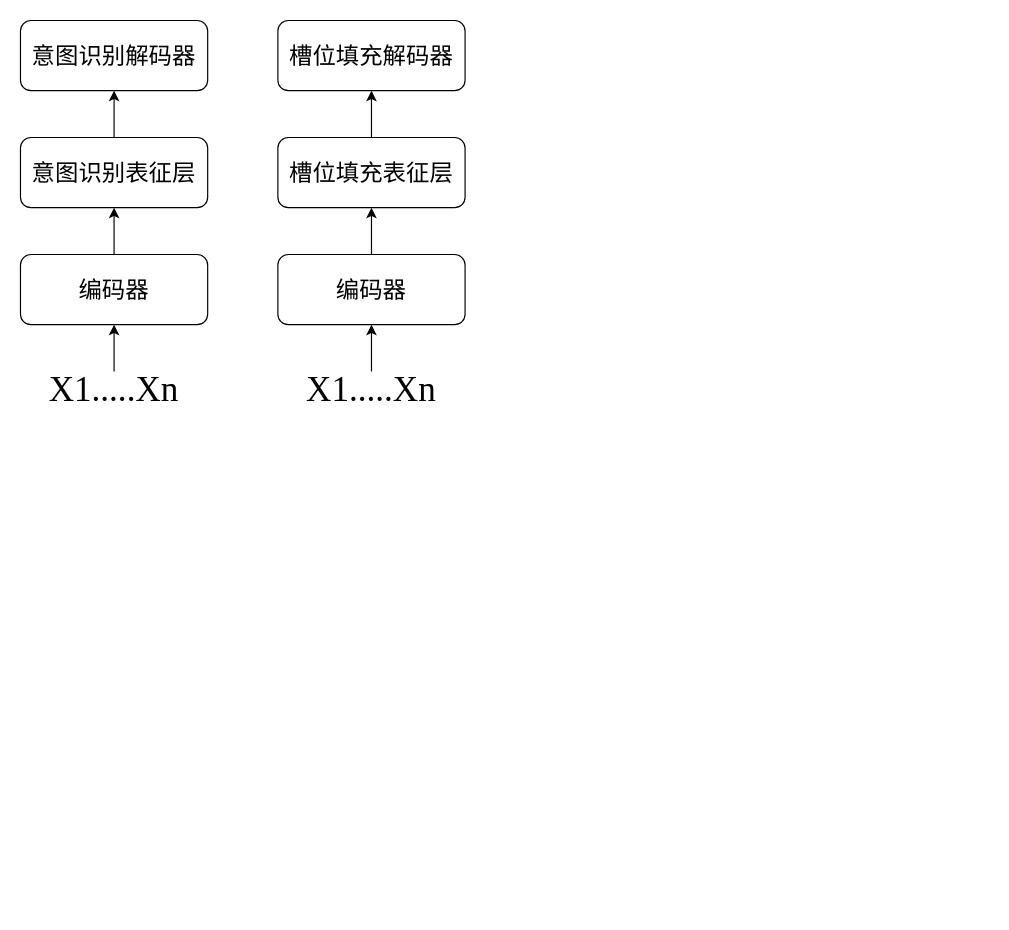
Earlier version of the draw.io diagram master_thesis/NLU_model_types.drawio (lengyueit/paper_pic). Source tidied: cells renumbered, new cells numbered last; positions are measured from the earlier drawing's top-left corner, leaving out a move shared by most shapes. Both pictures are drawn from the tidied source at 117%, with x=0, y=0 at pixel (20, 20).
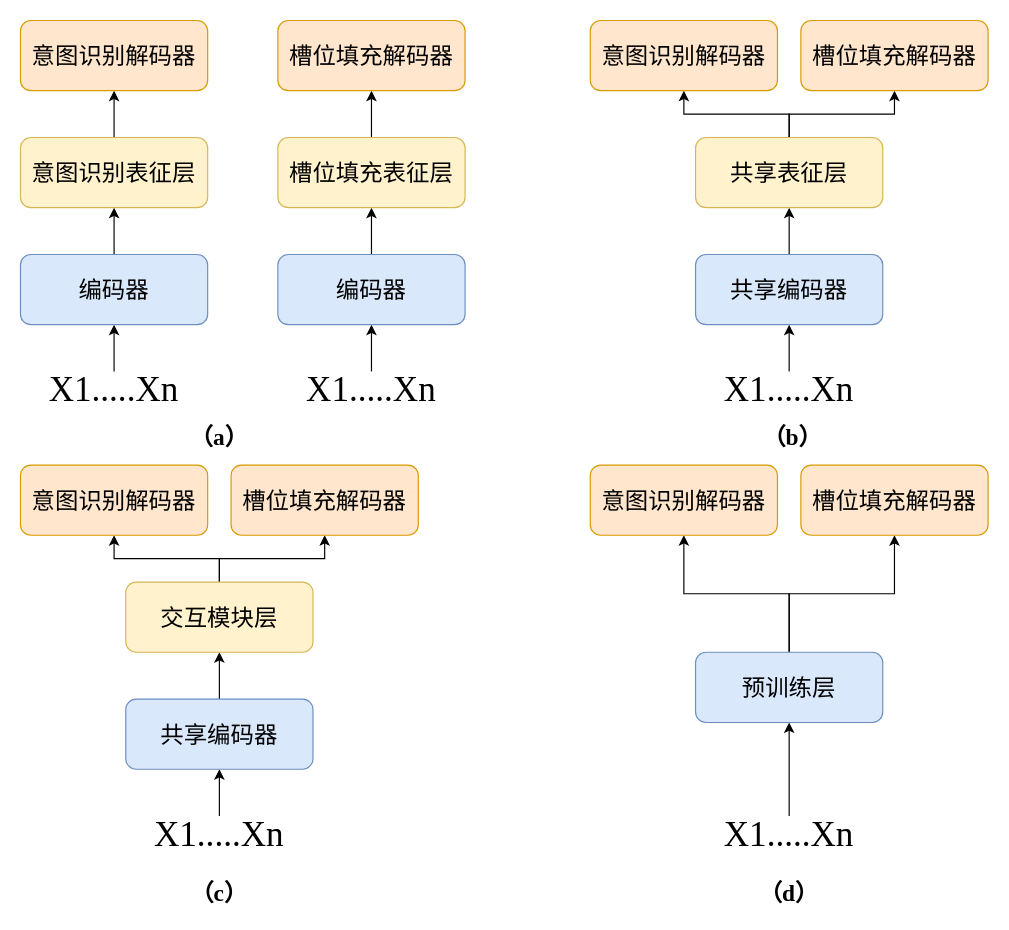
After the change.

The edit, as a diff of the source:
```diff
@@
-    <mxCell id="5" value="编码器" style="rounded=1;whiteSpace=wrap;html=1;fontFamily=Times New Roman;fontSize=20;" parent="1" vertex="1">
+    <mxCell id="5" value="编码器" style="rounded=1;whiteSpace=wrap;html=1;fontFamily=Times New Roman;fontSize=20;fillColor=#dae8fc;strokeColor=#6c8ebf;" parent="1" vertex="1">
       <mxGeometry y="200" width="160" height="60" as="geometry" />
     </mxCell>
@@
-    <mxCell id="7" value="意图识别表征层" style="rounded=1;whiteSpace=wrap;html=1;fontFamily=Times New Roman;fontSize=20;" parent="1" vertex="1">
+    <mxCell id="7" value="意图识别表征层" style="rounded=1;whiteSpace=wrap;html=1;fontFamily=Times New Roman;fontSize=20;fillColor=#fff2cc;strokeColor=#d6b656;" parent="1" vertex="1">
       <mxGeometry y="100" width="160" height="60" as="geometry" />
     </mxCell>
-    <mxCell id="8" value="意图识别解码器" style="rounded=1;whiteSpace=wrap;html=1;fontFamily=Times New Roman;fontSize=20;" parent="1" vertex="1">
+    <mxCell id="8" value="意图识别解码器" style="rounded=1;whiteSpace=wrap;html=1;fontFamily=Times New Roman;fontSize=20;fillColor=#ffe6cc;strokeColor=#d79b00;" parent="1" vertex="1">
       <mxGeometry width="160" height="60" as="geometry" />
     </mxCell>
@@
-    <mxCell id="12" value="编码器" style="rounded=1;whiteSpace=wrap;html=1;fontFamily=Times New Roman;fontSize=20;" parent="1" vertex="1">
+    <mxCell id="12" value="编码器" style="rounded=1;whiteSpace=wrap;html=1;fontFamily=Times New Roman;fontSize=20;fillColor=#dae8fc;strokeColor=#6c8ebf;" parent="1" vertex="1">
       <mxGeometry x="220" y="200" width="160" height="60" as="geometry" />
     </mxCell>
@@
-    <mxCell id="14" value="槽位填充表征层" style="rounded=1;whiteSpace=wrap;html=1;fontFamily=Times New Roman;fontSize=20;" parent="1" vertex="1">
+    <mxCell id="14" value="槽位填充表征层" style="rounded=1;whiteSpace=wrap;html=1;fontFamily=Times New Roman;fontSize=20;fillColor=#fff2cc;strokeColor=#d6b656;" parent="1" vertex="1">
       <mxGeometry x="220" y="100" width="160" height="60" as="geometry" />
     </mxCell>
-    <mxCell id="15" value="槽位填充解码器" style="rounded=1;whiteSpace=wrap;html=1;fontFamily=Times New Roman;fontSize=20;" parent="1" vertex="1">
+    <mxCell id="15" value="槽位填充解码器" style="rounded=1;whiteSpace=wrap;html=1;fontFamily=Times New Roman;fontSize=20;fillColor=#ffe6cc;strokeColor=#d79b00;" parent="1" vertex="1">
       <mxGeometry x="220" width="160" height="60" as="geometry" />
     </mxCell>
+    <mxCell id="16" style="edgeStyle=orthogonalEdgeStyle;rounded=0;jettySize=auto;html=1;exitX=0.5;exitY=0;exitDx=0;exitDy=0;entryX=0.5;entryY=1;entryDx=0;entryDy=0;" parent="1" edge="1" source="17" target="19">
+      <mxGeometry relative="1" as="geometry" />
+    </mxCell>
+    <mxCell id="17" value="X1.....Xn" style="text;html=1;align=center;verticalAlign=middle;whiteSpace=wrap;rounded=0;fontFamily=Times New Roman;fontSize=30;" parent="1" vertex="1">
+      <mxGeometry x="582" y="300" width="150" height="30" as="geometry" />
+    </mxCell>
+    <mxCell id="18" style="edgeStyle=orthogonalEdgeStyle;rounded=0;jettySize=auto;html=1;exitX=0.5;exitY=0;exitDx=0;exitDy=0;entryX=0.5;entryY=1;entryDx=0;entryDy=0;" parent="1" edge="1" source="19" target="22">
+      <mxGeometry relative="1" as="geometry" />
+    </mxCell>
+    <mxCell id="19" value="共享编码器" style="rounded=1;whiteSpace=wrap;html=1;fontFamily=Times New Roman;fontSize=20;fillColor=#dae8fc;strokeColor=#6c8ebf;" parent="1" vertex="1">
+      <mxGeometry x="577" y="200" width="160" height="60" as="geometry" />
+    </mxCell>
+    <mxCell id="20" style="edgeStyle=orthogonalEdgeStyle;rounded=0;jettySize=auto;html=1;exitX=0.5;exitY=0;exitDx=0;exitDy=0;entryX=0.5;entryY=1;entryDx=0;entryDy=0;" parent="1" edge="1" source="22" target="23">
+      <mxGeometry relative="1" as="geometry" />
+    </mxCell>
+    <mxCell id="21" style="edgeStyle=orthogonalEdgeStyle;rounded=0;jettySize=auto;html=1;exitX=0.5;exitY=0;exitDx=0;exitDy=0;entryX=0.5;entryY=1;entryDx=0;entryDy=0;" parent="1" edge="1" source="22" target="24">
+      <mxGeometry relative="1" as="geometry" />
+    </mxCell>
+    <mxCell id="22" value="共享表征层" style="rounded=1;whiteSpace=wrap;html=1;fontFamily=Times New Roman;fontSize=20;fillColor=#fff2cc;strokeColor=#d6b656;" parent="1" vertex="1">
+      <mxGeometry x="577" y="100" width="160" height="60" as="geometry" />
+    </mxCell>
+    <mxCell id="23" value="意图识别解码器" style="rounded=1;whiteSpace=wrap;html=1;fontFamily=Times New Roman;fontSize=20;fillColor=#ffe6cc;strokeColor=#d79b00;" parent="1" vertex="1">
+      <mxGeometry x="487" width="160" height="60" as="geometry" />
+    </mxCell>
+    <mxCell id="24" value="槽位填充解码器" style="rounded=1;whiteSpace=wrap;html=1;fontFamily=Times New Roman;fontSize=20;fillColor=#ffe6cc;strokeColor=#d79b00;" parent="1" vertex="1">
+      <mxGeometry x="667" width="160" height="60" as="geometry" />
+    </mxCell>
+    <mxCell id="25" style="edgeStyle=orthogonalEdgeStyle;rounded=0;jettySize=auto;html=1;exitX=0.5;exitY=0;exitDx=0;exitDy=0;entryX=0.5;entryY=1;entryDx=0;entryDy=0;" parent="1" edge="1" source="26" target="28">
+      <mxGeometry relative="1" as="geometry" />
+    </mxCell>
+    <mxCell id="26" value="X1.....Xn" style="text;html=1;align=center;verticalAlign=middle;whiteSpace=wrap;rounded=0;fontFamily=Times New Roman;fontSize=30;" parent="1" vertex="1">
+      <mxGeometry x="95" y="680" width="150" height="30" as="geometry" />
+    </mxCell>
+    <mxCell id="27" style="edgeStyle=orthogonalEdgeStyle;rounded=0;jettySize=auto;html=1;exitX=0.5;exitY=0;exitDx=0;exitDy=0;entryX=0.5;entryY=1;entryDx=0;entryDy=0;" parent="1" edge="1" source="28" target="31">
+      <mxGeometry relative="1" as="geometry" />
+    </mxCell>
+    <mxCell id="28" value="共享编码器" style="rounded=1;whiteSpace=wrap;html=1;fontFamily=Times New Roman;fontSize=20;fillColor=#dae8fc;strokeColor=#6c8ebf;" parent="1" vertex="1">
+      <mxGeometry x="90" y="580" width="160" height="60" as="geometry" />
+    </mxCell>
+    <mxCell id="29" style="edgeStyle=orthogonalEdgeStyle;rounded=0;jettySize=auto;html=1;exitX=0.5;exitY=0;exitDx=0;exitDy=0;entryX=0.5;entryY=1;entryDx=0;entryDy=0;" parent="1" edge="1" source="31" target="32">
+      <mxGeometry relative="1" as="geometry" />
+    </mxCell>
+    <mxCell id="30" style="edgeStyle=orthogonalEdgeStyle;rounded=0;jettySize=auto;html=1;exitX=0.5;exitY=0;exitDx=0;exitDy=0;entryX=0.5;entryY=1;entryDx=0;entryDy=0;" parent="1" edge="1" source="31" target="33">
+      <mxGeometry relative="1" as="geometry" />
+    </mxCell>
+    <mxCell id="31" value="交互模块层" style="rounded=1;whiteSpace=wrap;html=1;fontFamily=Times New Roman;fontSize=20;fillColor=#fff2cc;strokeColor=#d6b656;" parent="1" vertex="1">
+      <mxGeometry x="90" y="480" width="160" height="60" as="geometry" />
+    </mxCell>
+    <mxCell id="32" value="意图识别解码器" style="rounded=1;whiteSpace=wrap;html=1;fontFamily=Times New Roman;fontSize=20;fillColor=#ffe6cc;strokeColor=#d79b00;" parent="1" vertex="1">
+      <mxGeometry y="380" width="160" height="60" as="geometry" />
+    </mxCell>
+    <mxCell id="33" value="槽位填充解码器" style="rounded=1;whiteSpace=wrap;html=1;fontFamily=Times New Roman;fontSize=20;fillColor=#ffe6cc;strokeColor=#d79b00;" parent="1" vertex="1">
+      <mxGeometry x="180" y="380" width="160" height="60" as="geometry" />
+    </mxCell>
+    <mxCell id="34" style="edgeStyle=orthogonalEdgeStyle;rounded=0;jettySize=auto;html=1;exitX=0.5;exitY=0;exitDx=0;exitDy=0;entryX=0.5;entryY=1;entryDx=0;entryDy=0;" parent="1" edge="1" source="35" target="38">
+      <mxGeometry relative="1" as="geometry" />
+    </mxCell>
+    <mxCell id="35" value="X1.....Xn" style="text;html=1;align=center;verticalAlign=middle;whiteSpace=wrap;rounded=0;fontFamily=Times New Roman;fontSize=30;" parent="1" vertex="1">
+      <mxGeometry x="582" y="680" width="150" height="30" as="geometry" />
+    </mxCell>
+    <mxCell id="36" style="edgeStyle=orthogonalEdgeStyle;rounded=0;jettySize=auto;html=1;exitX=0.5;exitY=0;exitDx=0;exitDy=0;entryX=0.5;entryY=1;entryDx=0;entryDy=0;" parent="1" edge="1" source="38" target="39">
+      <mxGeometry relative="1" as="geometry" />
+    </mxCell>
+    <mxCell id="37" style="edgeStyle=orthogonalEdgeStyle;rounded=0;jettySize=auto;html=1;exitX=0.5;exitY=0;exitDx=0;exitDy=0;entryX=0.5;entryY=1;entryDx=0;entryDy=0;" parent="1" edge="1" source="38" target="40">
+      <mxGeometry relative="1" as="geometry" />
+    </mxCell>
+    <mxCell id="38" value="预训练层" style="rounded=1;whiteSpace=wrap;html=1;fontFamily=Times New Roman;fontSize=20;fillColor=#dae8fc;strokeColor=#6c8ebf;" parent="1" vertex="1">
+      <mxGeometry x="577" y="540" width="160" height="60" as="geometry" />
+    </mxCell>
+    <mxCell id="39" value="意图识别解码器" style="rounded=1;whiteSpace=wrap;html=1;fontFamily=Times New Roman;fontSize=20;fillColor=#ffe6cc;strokeColor=#d79b00;" parent="1" vertex="1">
+      <mxGeometry x="487" y="380" width="160" height="60" as="geometry" />
+    </mxCell>
+    <mxCell id="40" value="槽位填充解码器" style="rounded=1;whiteSpace=wrap;html=1;fontFamily=Times New Roman;fontSize=20;fillColor=#ffe6cc;strokeColor=#d79b00;" parent="1" vertex="1">
+      <mxGeometry x="667" y="380" width="160" height="60" as="geometry" />
+    </mxCell>
+    <mxCell id="41" value="（a）" style="text;html=1;align=center;verticalAlign=middle;whiteSpace=wrap;rounded=0;fontFamily=Times New Roman;fontStyle=1;fontSize=20;" parent="1" vertex="1">
+      <mxGeometry x="140" y="340" width="60" height="30" as="geometry" />
+    </mxCell>
+    <mxCell id="42" value="（b）" style="text;html=1;align=center;verticalAlign=middle;whiteSpace=wrap;rounded=0;fontFamily=Times New Roman;fontStyle=1;fontSize=20;" parent="1" vertex="1">
+      <mxGeometry x="630" y="340" width="60" height="30" as="geometry" />
+    </mxCell>
+    <mxCell id="43" value="（c）" style="text;html=1;align=center;verticalAlign=middle;whiteSpace=wrap;rounded=0;fontFamily=Times New Roman;fontStyle=1;fontSize=20;" parent="1" vertex="1">
+      <mxGeometry x="140" y="730" width="60" height="30" as="geometry" />
+    </mxCell>
+    <mxCell id="44" value="（d）" style="text;html=1;align=center;verticalAlign=middle;whiteSpace=wrap;rounded=0;fontFamily=Times New Roman;fontStyle=1;fontSize=20;" parent="1" vertex="1">
+      <mxGeometry x="627" y="730" width="60" height="30" as="geometry" />
+    </mxCell>
```
